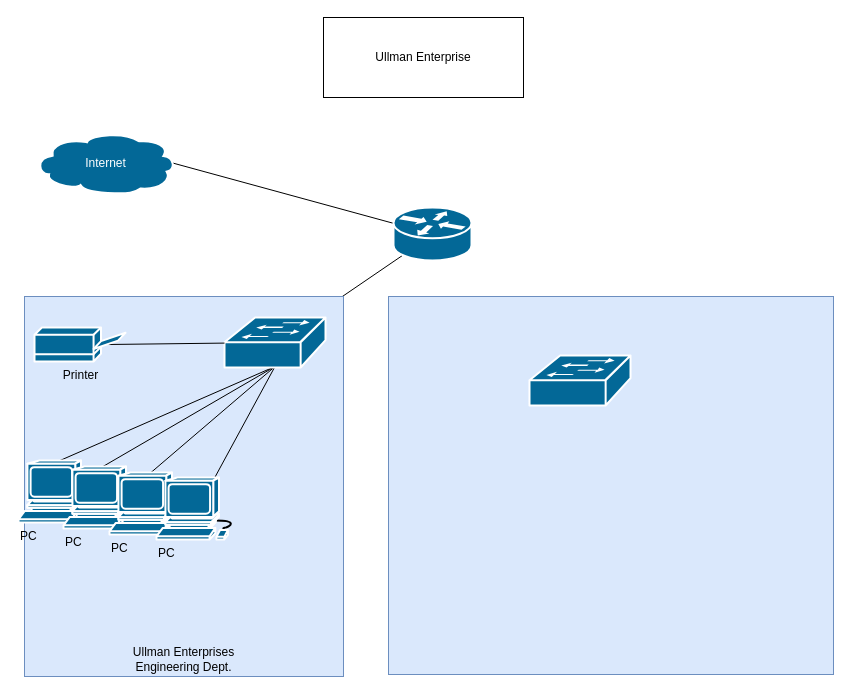
Above: Untitled Diagram.drawio in taming-life/ITNW1325_class (draw.io), before the change. Source tidied: cells renumbered, new cells numbered last; positions are measured from the earlier drawing's top-left corner, leaving out a move shared by most shapes. Both pictures are drawn from the tidied source at 100%, with x=0, y=0 at pixel (18, 17).
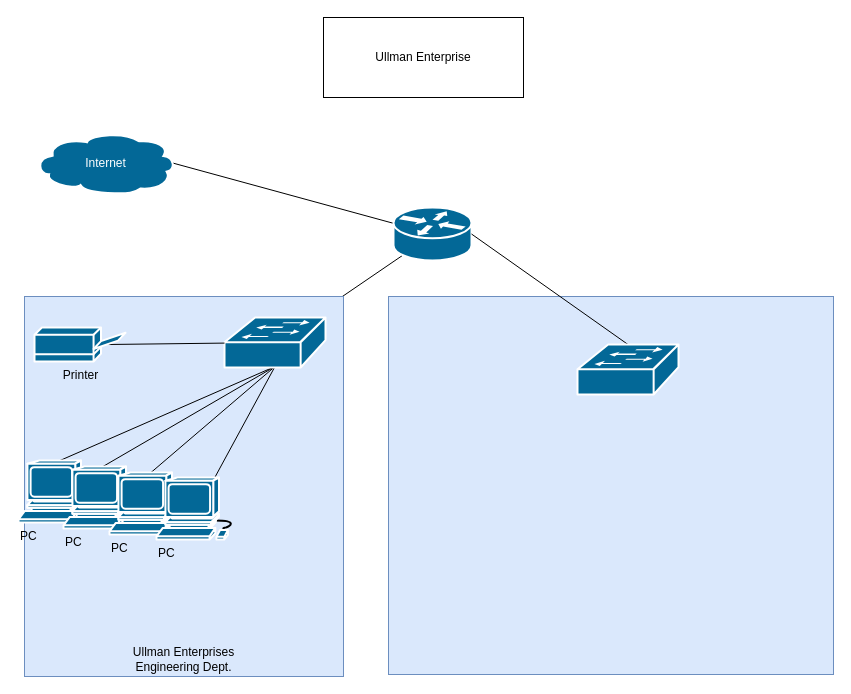
Above is the later version.

Commit message:
ITNW1325-Chap2Lab

Unchanged cells that the change refers to:
```xml
<mxCell id="5" style="shape=mxgraph.cisco.routers.router;sketch=0;html=1;dashed=0;fillColor=#036897;strokeColor=#ffffff;strokeWidth=2;verticalLabelPosition=bottom;verticalAlign=top;align=center;outlineConnect=0;" parent="1" vertex="1">
  <mxGeometry x="375" y="190" width="78" height="53" as="geometry" />
</mxCell>
```

Diff of the diagram source:
```diff
@@
+    <mxCell id="21" style="rounded=0;jettySize=auto;html=1;exitX=0.5;exitY=0;exitDx=0;exitDy=0;exitPerimeter=0;entryX=1;entryY=0.5;entryDx=0;entryDy=0;entryPerimeter=0;endArrow=none;endFill=0;" parent="1" edge="1" source="20" target="5">
+      <mxGeometry relative="1" as="geometry" />
+    </mxCell>
     <mxCell id="20" style="shape=mxgraph.cisco.switches.workgroup_switch;sketch=0;html=1;dashed=0;fillColor=#036897;strokeColor=#ffffff;strokeWidth=2;verticalLabelPosition=bottom;verticalAlign=top;align=center;outlineConnect=0;" parent="1" vertex="1">
-      <mxGeometry x="511" y="338" width="101" height="50" as="geometry" />
+      <mxGeometry x="559" y="327" width="101" height="50" as="geometry" />
     </mxCell>
```
